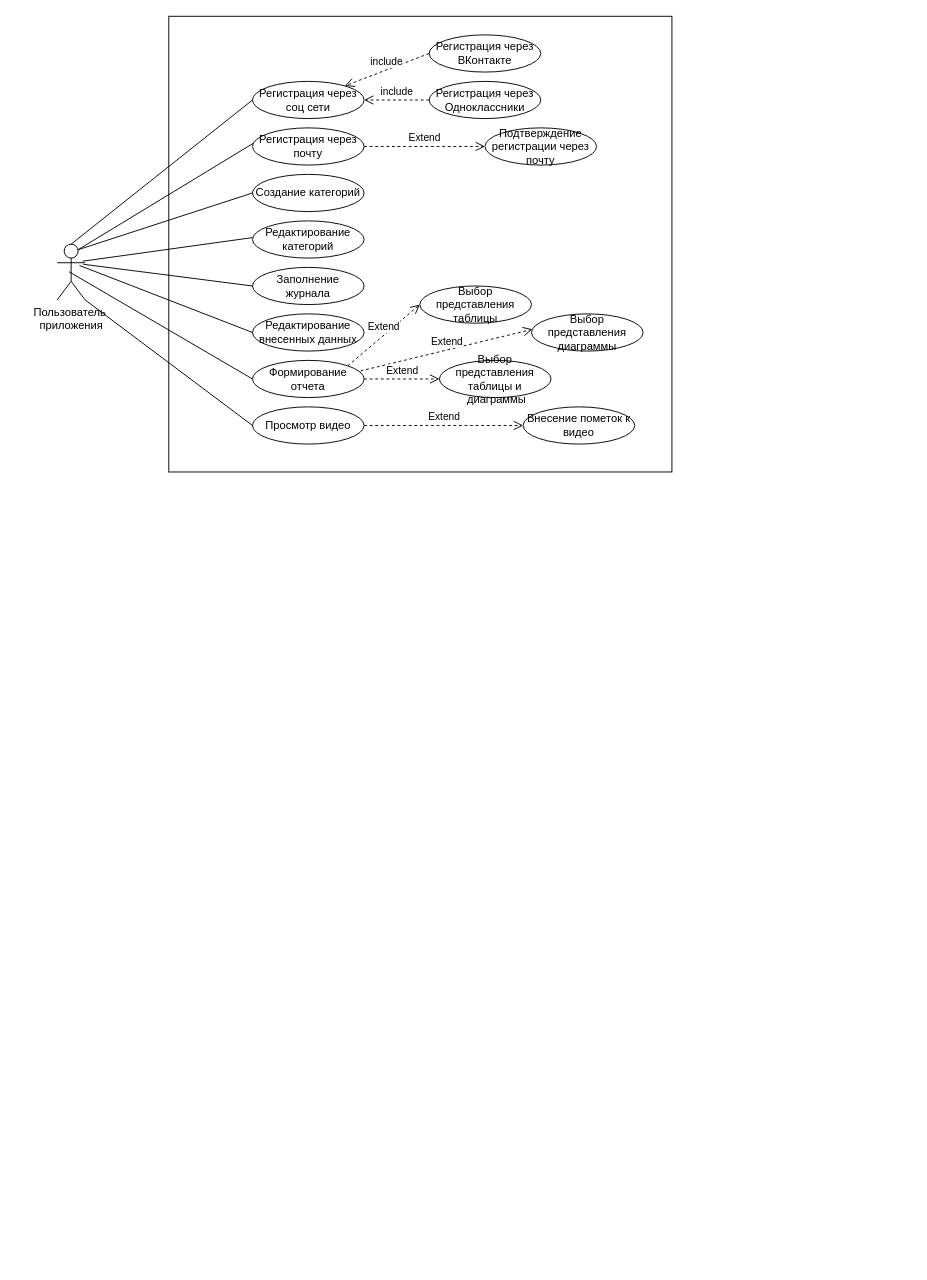
Above: Диаграмма без названия.drawio in AleksandrKanin/netology-homework (draw.io), before the change. Source tidied: cells renumbered, new cells numbered last; positions are measured from the earlier drawing's top-left corner, leaving out a move shared by most shapes. Both pictures are drawn from the tidied source at 93%, with x=0, y=0 at pixel (57, 16).
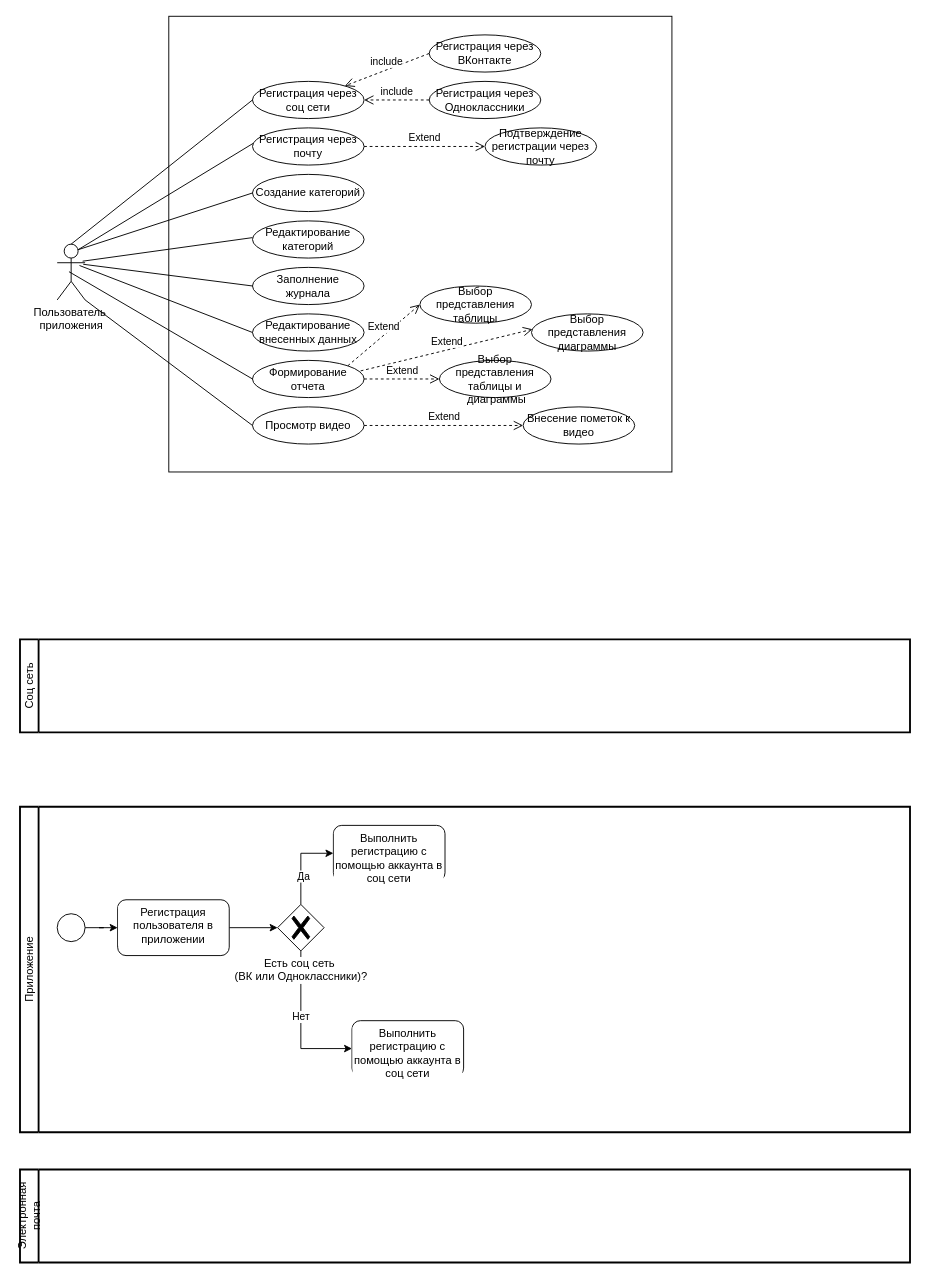
Above is the later version.

What changed in the source:
```diff
@@
+    <mxCell id="34" value="Соц сеть" style="swimlane;html=1;startSize=20;fontStyle=0;horizontal=0;swimlaneLine=1;swimlaneFillColor=#ffffff;strokeWidth=2;whiteSpace=wrap;" parent="1" vertex="1">
+      <mxGeometry x="-40" y="670" width="957" height="100" as="geometry" />
+    </mxCell>
+    <mxCell id="35" value="Приложение" style="swimlane;html=1;startSize=20;fontStyle=0;horizontal=0;swimlaneLine=1;swimlaneFillColor=#ffffff;strokeWidth=2;whiteSpace=wrap;" parent="1" vertex="1">
+      <mxGeometry x="-40" y="850" width="957" height="350" as="geometry" />
+    </mxCell>
+    <mxCell id="36" style="edgeStyle=orthogonalEdgeStyle;rounded=0;jettySize=auto;html=1;" parent="35" edge="1" source="37" target="39">
+      <mxGeometry relative="1" as="geometry" />
+    </mxCell>
+    <mxCell id="37" style="points=[[0.145,0.145,0],[0.5,0,0],[0.855,0.145,0],[1,0.5,0],[0.855,0.855,0],[0.5,1,0],[0.145,0.855,0],[0,0.5,0]];shape=mxgraph.bpmn.event;html=1;verticalLabelPosition=bottom;labelBackgroundColor=#ffffff;verticalAlign=top;align=center;perimeter=ellipsePerimeter;outlineConnect=0;outline=standard;symbol=general;" parent="35" vertex="1">
+      <mxGeometry x="40" y="115" width="30" height="30" as="geometry" />
+    </mxCell>
+    <mxCell id="38" style="edgeStyle=orthogonalEdgeStyle;rounded=0;jettySize=auto;html=1;" parent="35" edge="1" source="39" target="44">
+      <mxGeometry relative="1" as="geometry" />
+    </mxCell>
+    <mxCell id="39" value="Регистрация пользователя в приложении" style="rounded=1;whiteSpace=wrap;html=1;verticalAlign=top;labelBackgroundColor=#ffffff;" parent="35" vertex="1">
+      <mxGeometry x="105" y="100" width="120" height="60" as="geometry" />
+    </mxCell>
+    <mxCell id="40" style="edgeStyle=orthogonalEdgeStyle;rounded=0;jettySize=auto;html=1;entryX=0;entryY=0.5;entryDx=0;entryDy=0;exitX=0.5;exitY=0;exitDx=0;exitDy=0;exitPerimeter=0;" parent="35" edge="1" source="44" target="45">
+      <mxGeometry relative="1" as="geometry" />
+    </mxCell>
+    <mxCell id="41" value="Да" style="edgeLabel;html=1;align=center;verticalAlign=middle;" parent="40" vertex="1">
+      <mxGeometry x="-0.32" y="-2" relative="1" as="geometry" />
+    </mxCell>
+    <mxCell id="42" style="edgeStyle=orthogonalEdgeStyle;rounded=0;jettySize=auto;html=1;entryX=0;entryY=0.5;entryDx=0;entryDy=0;exitX=0.5;exitY=1;exitDx=0;exitDy=0;exitPerimeter=0;" parent="35" edge="1" source="44" target="46">
+      <mxGeometry relative="1" as="geometry" />
+    </mxCell>
+    <mxCell id="43" value="Нет" style="edgeLabel;html=1;align=center;verticalAlign=middle;" parent="42" vertex="1">
+      <mxGeometry x="-0.12" y="-1" relative="1" as="geometry" />
+    </mxCell>
+    <mxCell id="44" value="Есть соц сеть&amp;nbsp;&lt;div&gt;(ВК или Одноклассники)?&lt;/div&gt;" style="points=[[0.25,0.25,0],[0.5,0,0],[0.75,0.25,0],[1,0.5,0],[0.75,0.75,0],[0.5,1,0],[0.25,0.75,0],[0,0.5,0]];shape=mxgraph.bpmn.gateway2;html=1;verticalLabelPosition=bottom;labelBackgroundColor=#ffffff;verticalAlign=top;align=center;perimeter=rhombusPerimeter;outlineConnect=0;outline=none;symbol=none;gwType=exclusive;" parent="35" vertex="1">
+      <mxGeometry x="277" y="105" width="50" height="50" as="geometry" />
+    </mxCell>
+    <mxCell id="45" value="Выполнить регистрацию с помощью аккаунта в соц сети" style="rounded=1;whiteSpace=wrap;html=1;verticalAlign=top;labelBackgroundColor=#ffffff;" parent="35" vertex="1">
+      <mxGeometry x="337" y="20" width="120" height="60" as="geometry" />
+    </mxCell>
+    <mxCell id="46" value="Выполнить регистрацию с помощью аккаунта в соц сети" style="rounded=1;whiteSpace=wrap;html=1;verticalAlign=top;labelBackgroundColor=#ffffff;" parent="35" vertex="1">
+      <mxGeometry x="357" y="230" width="120" height="60" as="geometry" />
+    </mxCell>
+    <mxCell id="47" value="Электронная почта" style="swimlane;html=1;startSize=20;fontStyle=0;horizontal=0;swimlaneLine=1;swimlaneFillColor=#ffffff;strokeWidth=2;whiteSpace=wrap;" parent="1" vertex="1">
+      <mxGeometry x="-40" y="1240" width="957" height="100" as="geometry" />
+    </mxCell>
```
